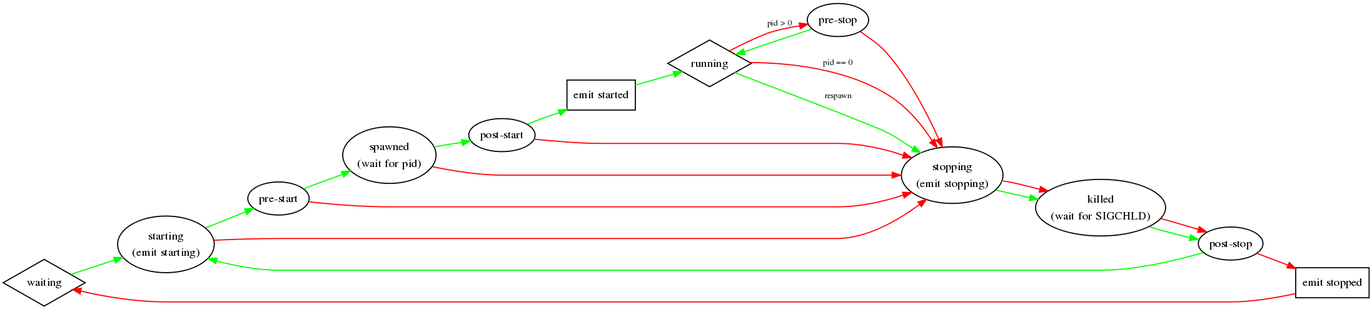
The Graphviz diagram doc/states.png in ubports/upstart, before a commit. Its source is kept beside it as doc/states.dot.
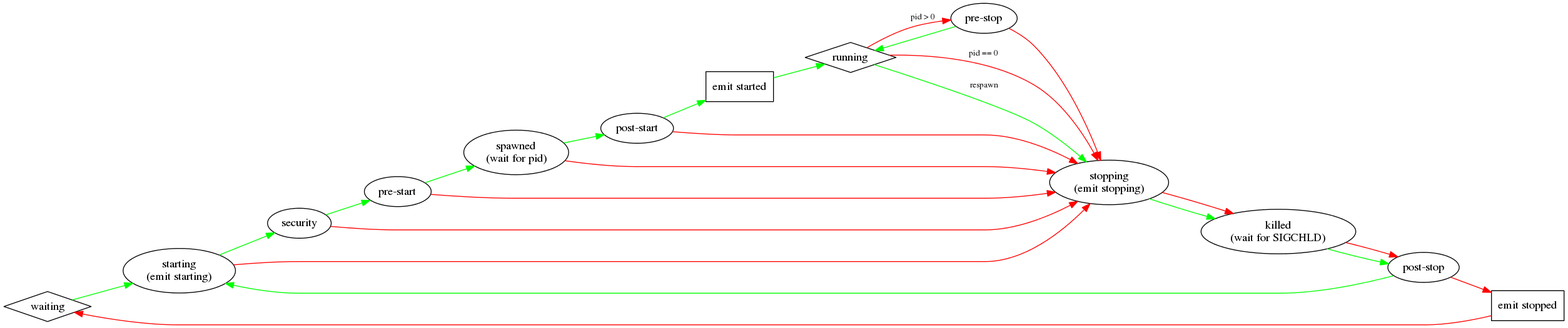
After the commit.

Commit message:
* doc/states.dot: Added missing security state.

Change to the diagram source:
```diff
@@ -25,6 +25,7 @@
 
 	waiting [shape=diamond];
 	starting [label="starting\n(emit starting)"];
+	security [label="security"];
 	pre_start [label="pre-start"];
 	spawned [label="spawned\n(wait for pid)"];
 	post_start [label="post-start"];
@@ -37,7 +38,9 @@
 	emit_stopped [shape=rectangle,label="emit stopped"];
 
 	waiting -> starting [color=green];
-	starting -> pre_start [color=green];
+	starting -> security [color=green];
+	security -> pre_start [color=green];
+	security -> stopping [color=red];
 	starting -> stopping [color=red];
 	pre_start -> spawned [color=green];
 	pre_start -> stopping [color=red];
```
